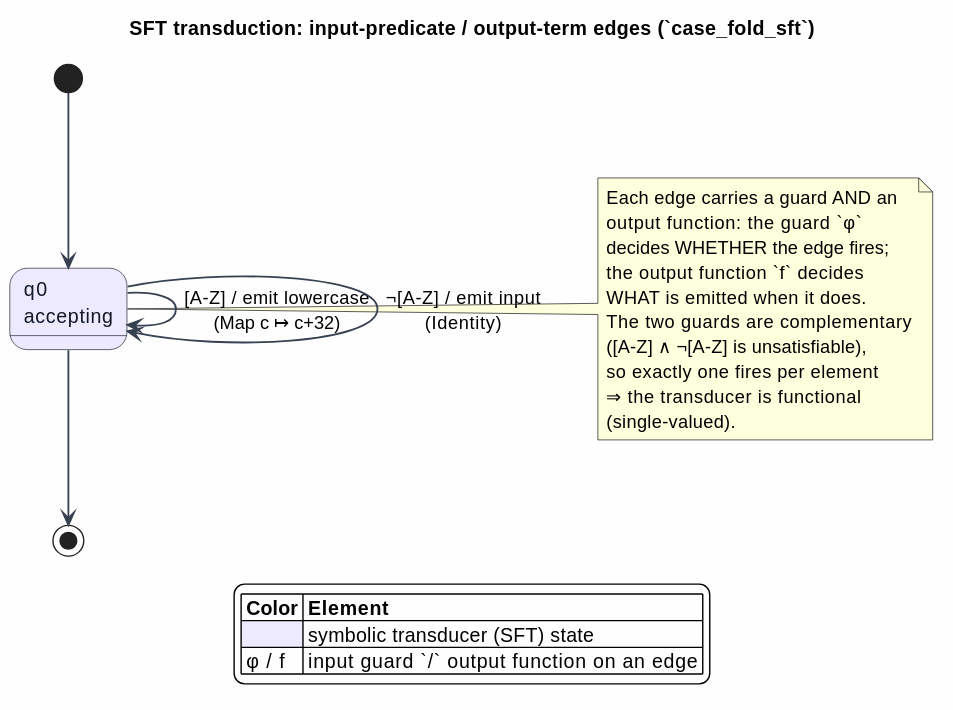
Above: docs/architecture/semantic-predicates/figures/04-sft-transduction.svg in F1R3FLY-io/mettail-rust (PlantUML), before the change.
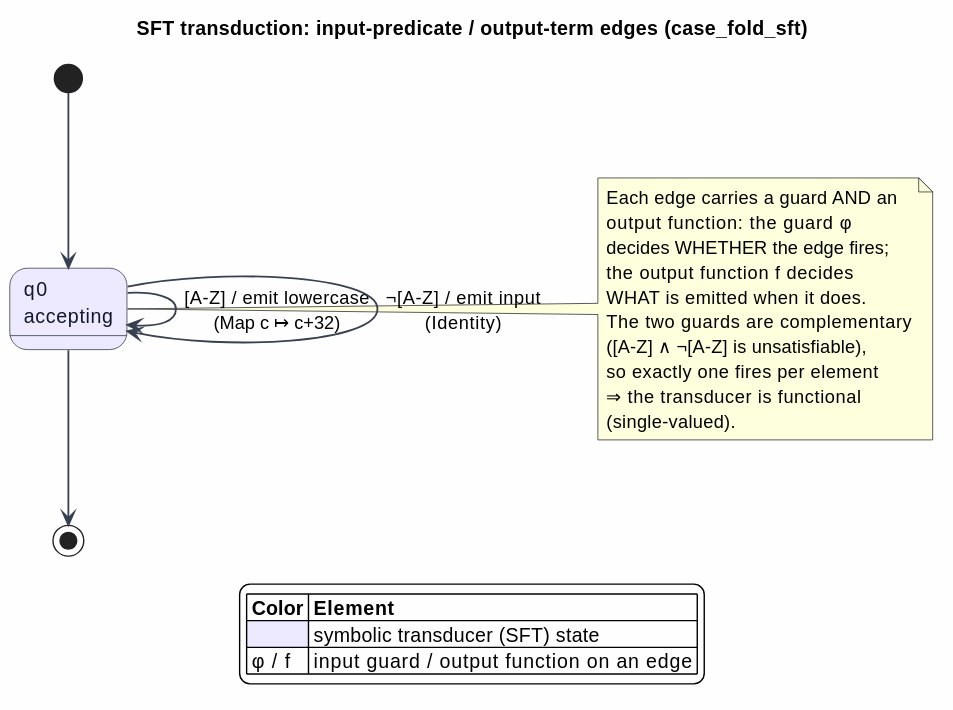
Later version of the same file.

The edit, as a diff of the source:
```diff
@@ -1,5 +1,5 @@
 @startuml
-title SFT transduction: input-predicate / output-term edges (`case_fold_sft`)
+title SFT transduction: input-predicate / output-term edges (case_fold_sft)
 
 skinparam backgroundColor #FEFEFE
 skinparam shadowing false
@@ -21,9 +21,9 @@
 
 note right of q0
   Each edge carries a guard AND an
-  output function: the guard `φ`
+  output function: the guard φ
   decides WHETHER the edge fires;
-  the output function `f` decides
+  the output function f decides
   WHAT is emitted when it does.
   The two guards are complementary
   ([A-Z] ∧ ¬[A-Z] is unsatisfiable),
@@ -35,6 +35,6 @@
 legend bottom
 |= Color |= Element |
 |<#EDE9FE> | symbolic transducer (SFT) state |
-| φ / f | input guard `/` output function on an edge |
+| φ / f | input guard / output function on an edge |
 endlegend
 @enduml
```
